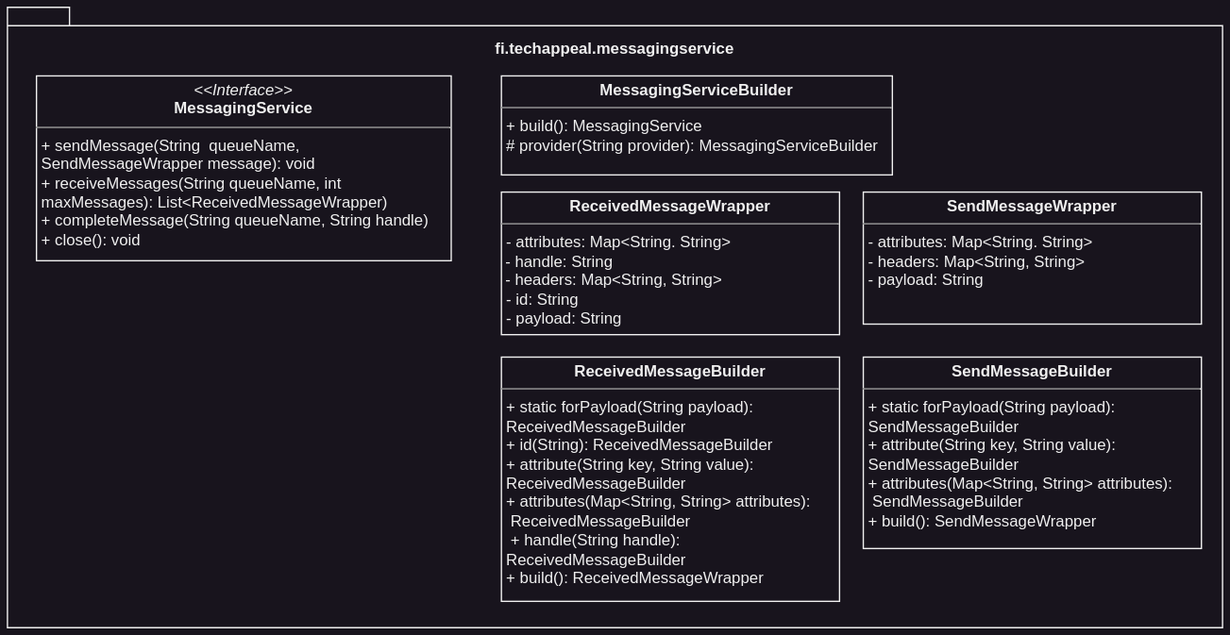
Above: assets/api.svg in lampsa/messaging-service (draw.io), before the change. Source tidied: cells renumbered, new cells last; positions are measured from the earlier drawing's top-left corner, leaving out a move shared by most shapes.
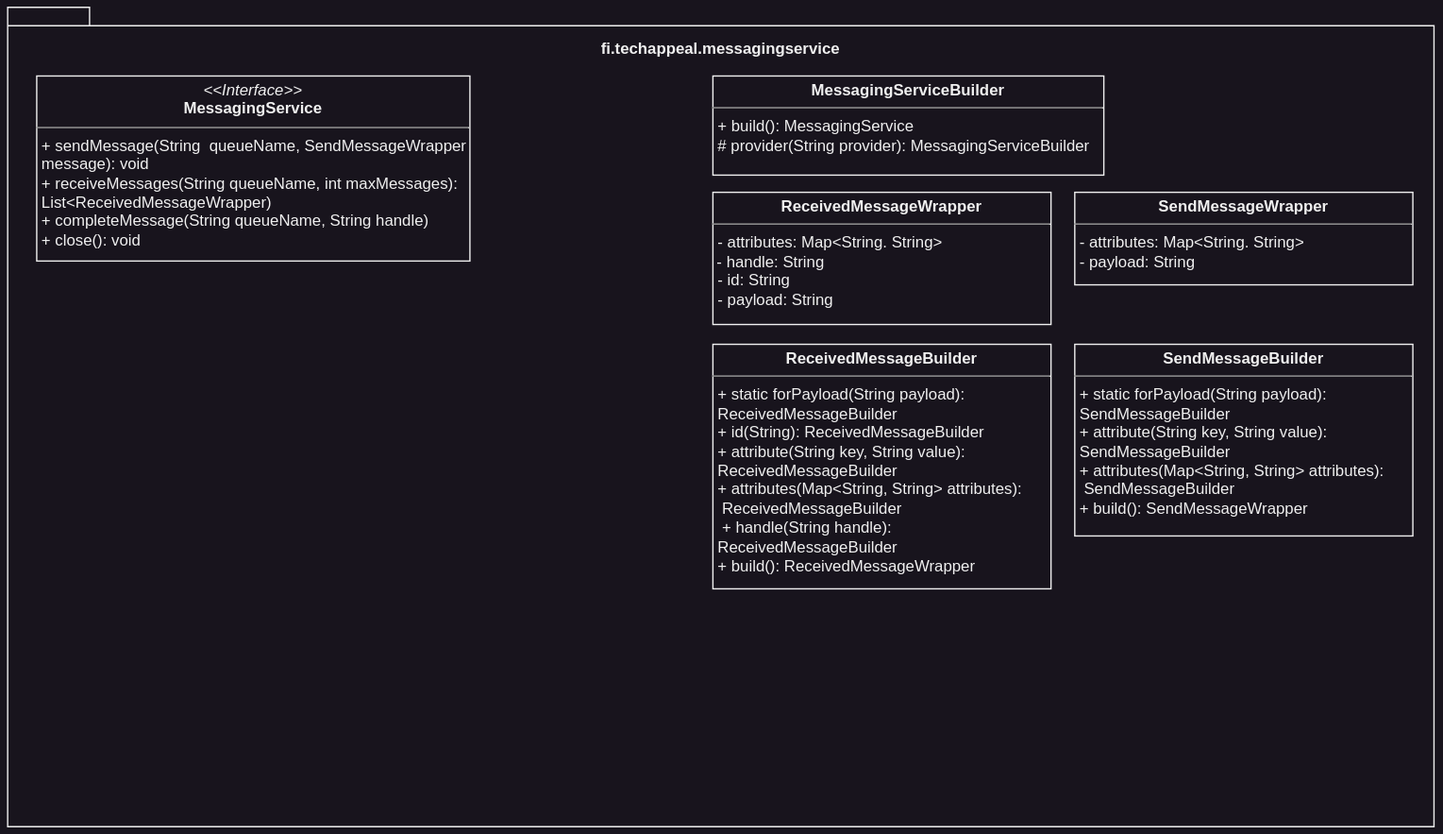
Above is the later version.

Diff of the diagram source:
```diff
@@ -3,25 +3,25 @@
     <mxCell id="0" />
     <mxCell id="1" parent="0" />
     <mxCell id="2" value="fi.techappeal.messagingservice" style="shape=folder;fontStyle=1;spacingTop=0;tabWidth=40;tabHeight=14;tabPosition=left;html=1;whiteSpace=wrap;verticalAlign=bottom;labelPosition=center;verticalLabelPosition=top;align=center;spacingBottom=-41;" parent="1" vertex="1">
-      <mxGeometry width="920" height="470" as="geometry" />
+      <mxGeometry width="1080" height="620" as="geometry" />
     </mxCell>
     <mxCell id="3" value="&lt;p style=&quot;margin:0px;margin-top:4px;text-align:center;&quot;&gt;&lt;i&gt;&amp;lt;&amp;lt;Interface&amp;gt;&amp;gt;&lt;/i&gt;&lt;br&gt;&lt;b&gt;MessagingService&lt;/b&gt;&lt;/p&gt;&lt;hr size=&quot;1&quot;&gt;&lt;p style=&quot;margin:0px;margin-left:4px;&quot;&gt;+ sendMessage(String&amp;nbsp; queueName, SendMessageWrapper message): void&lt;br&gt;+ receiveMessages(String queueName, int maxMessages): List&amp;lt;ReceivedMessageWrapper)&lt;/p&gt;&lt;p style=&quot;margin:0px;margin-left:4px;&quot;&gt;+ completeMessage(String queueName, String handle)&lt;/p&gt;&lt;p style=&quot;margin:0px;margin-left:4px;&quot;&gt;+ close(): void&lt;/p&gt;" style="verticalAlign=top;align=left;overflow=fill;fontSize=12;fontFamily=Helvetica;html=1;whiteSpace=wrap;" parent="1" vertex="1">
-      <mxGeometry x="22" y="52" width="314" height="140" as="geometry" />
+      <mxGeometry x="22" y="52" width="328" height="140" as="geometry" />
     </mxCell>
-    <mxCell id="4" value="&lt;p style=&quot;margin:0px;margin-top:4px;text-align:center;&quot;&gt;&lt;b&gt;ReceivedMessageWrapper&lt;/b&gt;&lt;/p&gt;&lt;hr size=&quot;1&quot;&gt;&lt;p style=&quot;margin: 0px 0px 0px 4px;&quot;&gt;- attributes: Map&amp;lt;String. String&amp;gt;&lt;/p&gt;&lt;div&gt;&amp;nbsp;- handle: String&lt;br&gt;&lt;/div&gt;&lt;div&gt;&amp;nbsp;- headers: Map&amp;lt;String, String&amp;gt;&lt;/div&gt;&lt;p style=&quot;margin:0px;margin-left:4px;&quot;&gt;- id: String&lt;/p&gt;&lt;p style=&quot;margin:0px;margin-left:4px;&quot;&gt;&lt;span style=&quot;background-color: initial;&quot;&gt;- payload: String&lt;/span&gt;&lt;br&gt;&lt;/p&gt;&lt;p style=&quot;margin:0px;margin-left:4px;&quot;&gt;&lt;br&gt;&lt;/p&gt;" style="verticalAlign=top;align=left;overflow=fill;fontSize=12;fontFamily=Helvetica;html=1;whiteSpace=wrap;" parent="1" vertex="1">
-      <mxGeometry x="374" y="140" width="256" height="108" as="geometry" />
-    </mxCell>
+    <mxCell id="9" value="&lt;p style=&quot;margin:0px;margin-top:4px;text-align:center;&quot;&gt;&lt;b&gt;ReceivedMessageWrapper&lt;/b&gt;&lt;/p&gt;&lt;hr size=&quot;1&quot;&gt;&lt;p style=&quot;margin: 0px 0px 0px 4px;&quot;&gt;- attributes: Map&amp;lt;String. String&amp;gt;&lt;/p&gt;&lt;div&gt;&amp;nbsp;- handle: String&lt;/div&gt;&lt;p style=&quot;margin:0px;margin-left:4px;&quot;&gt;- id: String&lt;/p&gt;&lt;p style=&quot;margin:0px;margin-left:4px;&quot;&gt;&lt;span style=&quot;background-color: initial;&quot;&gt;- payload: String&lt;/span&gt;&lt;br&gt;&lt;/p&gt;&lt;p style=&quot;margin:0px;margin-left:4px;&quot;&gt;&lt;br&gt;&lt;/p&gt;" style="verticalAlign=top;align=left;overflow=fill;fontSize=12;fontFamily=Helvetica;html=1;whiteSpace=wrap;" parent="1" vertex="1">
+      <mxGeometry x="534" y="140" width="256" height="100" as="geometry" />
+    </mxCell>
     <mxCell id="5" value="&lt;p style=&quot;margin:0px;margin-top:4px;text-align:center;&quot;&gt;&lt;b&gt;SendMessageBuilder&lt;/b&gt;&lt;/p&gt;&lt;hr size=&quot;1&quot;&gt;&lt;p style=&quot;margin: 0px 0px 0px 4px;&quot;&gt;+ static forPayload(String payload):&amp;nbsp;&lt;/p&gt;&lt;p style=&quot;margin:0px;margin-left:4px;&quot;&gt;SendMessageBuilder&lt;br&gt;&lt;/p&gt;&lt;p style=&quot;margin: 0px 0px 0px 4px;&quot;&gt;+ attribute(String key, String value):&amp;nbsp;&lt;/p&gt;&lt;p style=&quot;margin:0px;margin-left:4px;&quot;&gt;SendMessageBuilder&lt;/p&gt;&lt;p style=&quot;margin: 0px 0px 0px 4px;&quot;&gt;+ attributes(Map&amp;lt;String, String&amp;gt; attributes):&amp;nbsp;&lt;/p&gt;&lt;p style=&quot;margin:0px;margin-left:4px;&quot;&gt;&amp;nbsp;SendMessageBuilder&lt;br&gt;&lt;/p&gt;&lt;p style=&quot;margin:0px;margin-left:4px;&quot;&gt;+ build(): SendMessageWrapper&lt;/p&gt;" style="verticalAlign=top;align=left;overflow=fill;fontSize=12;fontFamily=Helvetica;html=1;whiteSpace=wrap;" parent="1" vertex="1">
-      <mxGeometry x="648" y="265" width="256" height="145" as="geometry" />
+      <mxGeometry x="808" y="255" width="256" height="145" as="geometry" />
     </mxCell>
-    <mxCell id="6" value="&lt;p style=&quot;margin:0px;margin-top:4px;text-align:center;&quot;&gt;&lt;b&gt;SendMessageWrapper&lt;/b&gt;&lt;/p&gt;&lt;hr size=&quot;1&quot;&gt;&lt;p style=&quot;margin:0px;margin-left:4px;&quot;&gt;&lt;span style=&quot;background-color: initial;&quot;&gt;- attributes: Map&amp;lt;String. String&amp;gt;&lt;/span&gt;&lt;br&gt;&lt;/p&gt;&lt;p style=&quot;margin:0px;margin-left:4px;&quot;&gt;&lt;span style=&quot;background-color: initial;&quot;&gt;- headers: Map&amp;lt;String, String&amp;gt;&lt;/span&gt;&lt;/p&gt;&lt;p style=&quot;margin:0px;margin-left:4px;&quot;&gt;- payload: String&lt;/p&gt;&lt;p style=&quot;margin:0px;margin-left:4px;&quot;&gt;&lt;br&gt;&lt;/p&gt;" style="verticalAlign=top;align=left;overflow=fill;fontSize=12;fontFamily=Helvetica;html=1;whiteSpace=wrap;" parent="1" vertex="1">
-      <mxGeometry x="648" y="140" width="256" height="100" as="geometry" />
-    </mxCell>
+    <mxCell id="10" value="&lt;p style=&quot;margin:0px;margin-top:4px;text-align:center;&quot;&gt;&lt;b&gt;SendMessageWrapper&lt;/b&gt;&lt;/p&gt;&lt;hr size=&quot;1&quot;&gt;&lt;p style=&quot;margin:0px;margin-left:4px;&quot;&gt;&lt;span style=&quot;background-color: initial;&quot;&gt;- attributes: Map&amp;lt;String. String&amp;gt;&lt;/span&gt;&lt;br&gt;&lt;/p&gt;&lt;p style=&quot;margin:0px;margin-left:4px;&quot;&gt;&lt;span style=&quot;background-color: initial;&quot;&gt;- payload: String&lt;/span&gt;&lt;br&gt;&lt;/p&gt;&lt;p style=&quot;margin:0px;margin-left:4px;&quot;&gt;&lt;br&gt;&lt;/p&gt;" style="verticalAlign=top;align=left;overflow=fill;fontSize=12;fontFamily=Helvetica;html=1;whiteSpace=wrap;" parent="1" vertex="1">
+      <mxGeometry x="808" y="140" width="256" height="70" as="geometry" />
+    </mxCell>
     <mxCell id="7" value="&lt;p style=&quot;margin:0px;margin-top:4px;text-align:center;&quot;&gt;&lt;b&gt;ReceivedMessageBuilder&lt;/b&gt;&lt;/p&gt;&lt;hr size=&quot;1&quot;&gt;&lt;p style=&quot;margin: 0px 0px 0px 4px;&quot;&gt;+ static forPayload(String payload):&amp;nbsp;&lt;/p&gt;&lt;p style=&quot;margin: 0px 0px 0px 4px;&quot;&gt;ReceivedMessageBuilder&lt;/p&gt;&lt;p style=&quot;margin: 0px 0px 0px 4px;&quot;&gt;+ id(String): ReceivedMessageBuilder&lt;/p&gt;&lt;p style=&quot;margin: 0px 0px 0px 4px;&quot;&gt;+ attribute(String key, String value):&amp;nbsp;&lt;/p&gt;&lt;p style=&quot;margin: 0px 0px 0px 4px;&quot;&gt;ReceivedMessageBuilder&lt;/p&gt;&lt;p style=&quot;margin: 0px 0px 0px 4px;&quot;&gt;+ attributes(Map&amp;lt;String, String&amp;gt; attributes):&amp;nbsp;&lt;/p&gt;&lt;p style=&quot;margin: 0px 0px 0px 4px;&quot;&gt;&amp;nbsp;ReceivedMessageBuilder&lt;br&gt;&amp;nbsp;+ handle(String handle): ReceivedMessageBuilder&lt;br&gt;&lt;/p&gt;&lt;p style=&quot;margin: 0px 0px 0px 4px;&quot;&gt;+ build(): ReceivedMessageWrapper&lt;/p&gt;" style="verticalAlign=top;align=left;overflow=fill;fontSize=12;fontFamily=Helvetica;html=1;whiteSpace=wrap;" parent="1" vertex="1">
-      <mxGeometry x="374" y="265" width="256" height="185" as="geometry" />
+      <mxGeometry x="534" y="255" width="256" height="185" as="geometry" />
     </mxCell>
     <mxCell id="8" value="&lt;p style=&quot;margin:0px;margin-top:4px;text-align:center;&quot;&gt;&lt;b&gt;MessagingServiceBuilder&lt;/b&gt;&lt;/p&gt;&lt;hr size=&quot;1&quot;&gt;&lt;p style=&quot;margin: 0px 0px 0px 4px;&quot;&gt;+&amp;nbsp;&lt;span style=&quot;background-color: initial;&quot;&gt;build(): MessagingService&lt;/span&gt;&lt;/p&gt;&lt;p style=&quot;margin: 0px 0px 0px 4px;&quot;&gt;&lt;span style=&quot;background-color: initial;&quot;&gt;# provider(String provider): MessagingServiceBuilder&lt;/span&gt;&lt;/p&gt;" style="verticalAlign=top;align=left;overflow=fill;fontSize=12;fontFamily=Helvetica;html=1;whiteSpace=wrap;" parent="1" vertex="1">
-      <mxGeometry x="374" y="52" width="296" height="75" as="geometry" />
+      <mxGeometry x="534" y="52" width="296" height="75" as="geometry" />
     </mxCell>
   </root>
 </mxGraphModel>
```
